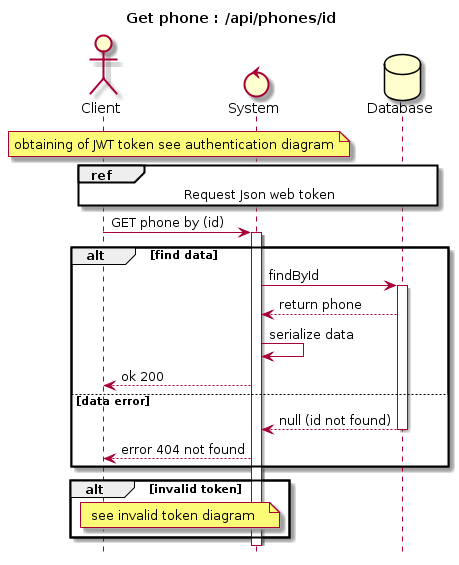
This is docs/Uml/Diagram_sequences/Diagram_sequence_get_phone.png from siggwer/Bilemo, a PlantUML export, as it was before one commit.
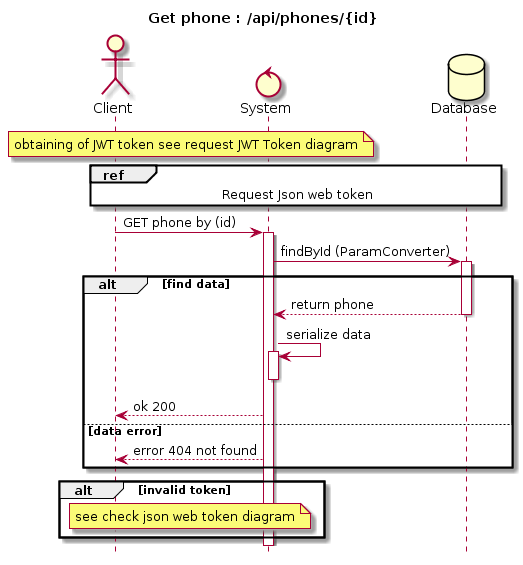
The same file after the commit.

Diff of the diagram source:
```diff
@@ -1,36 +1,37 @@
 @startuml
 hide footbox
-title Get phone : /api/phones/id
+title Get phone : /api/phones/{id}
 Actor Client
 Control System
 Database Database
 
 note over Client, System
- obtaining of JWT token see authentication diagram
+ obtaining of JWT token see request JWT Token diagram
 end note
 
 ref over Client, System, Database
     Request Json web token
 end ref
 
-
 Client -> System : GET phone by (id)
 activate System
 
+System -> Database: findById (ParamConverter)
+
 alt find data
-System -> Database: findById
 activate Database
 Database --> System : return phone
+deactivate Database
 System -> System: serialize data
+activate System
+deactivate System
 System --> Client: ok 200
     else data error
-    Database --> System : null (id not found)
-    deactivate Database
     System --> Client : error 404 not found
 end
 alt invalid token
 note over Client, System
-    see invalid token diagram
+    see check json web token diagram
 end note
 end
 @enduml
```
